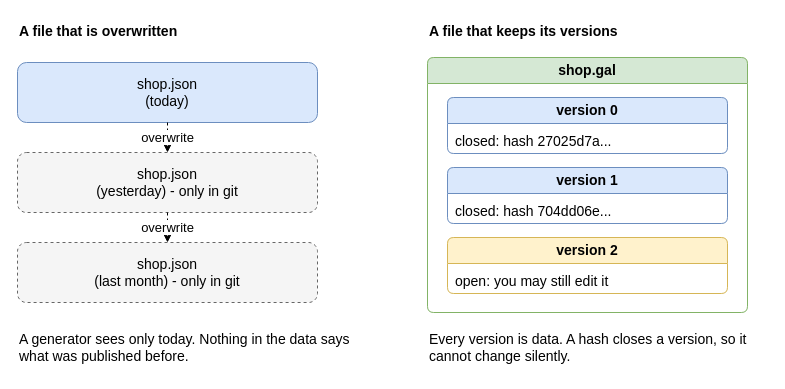
Before: drawio/02_history_in_data.drawio in goloveshin/galimatron_doc, a draw.io diagram. Source tidied: cells renumbered, new cells numbered last; positions are measured from the earlier drawing's top-left corner, leaving out a move shared by most shapes. Both pictures are drawn from the tidied source at 100%, with x=0, y=0 at pixel (17, 17).
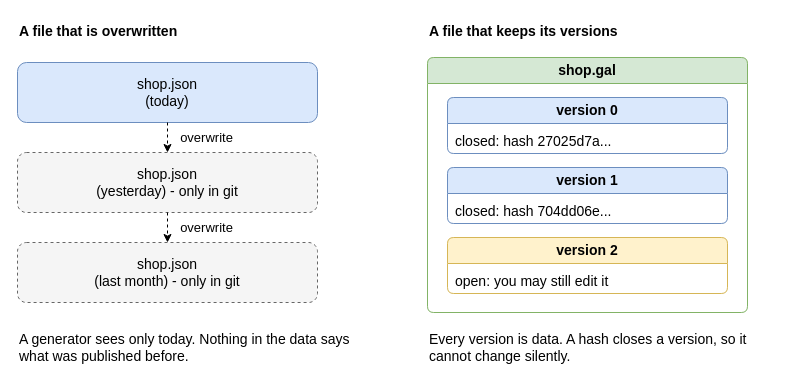
The same page after the edit.

Change to the diagram source:
```diff
@@
 <mxGraphModel>
   <root>
     <mxCell id="0" />
     <mxCell id="1" parent="0" />
     <mxCell id="2" value="A file that is overwritten" style="text;html=1;whiteSpace=wrap;verticalAlign=middle;align=left;fontStyle=1;fontSize=14;" parent="1" vertex="1">
       <mxGeometry width="340" height="28" as="geometry" />
     </mxCell>
     <mxCell id="3" value="shop.json&lt;br&gt;(today)" style="rounded=1;whiteSpace=wrap;html=1;fillColor=#dae8fc;strokeColor=#6c8ebf;fontSize=14;" parent="1" vertex="1">
       <mxGeometry y="45" width="300" height="60" as="geometry" />
     </mxCell>
     <mxCell id="4" value="shop.json&lt;br&gt;(yesterday)  - only in git" style="rounded=1;whiteSpace=wrap;html=1;fillColor=#f5f5f5;strokeColor=#666666;dashed=1;fontSize=14;" parent="1" vertex="1">
       <mxGeometry y="135" width="300" height="60" as="geometry" />
     </mxCell>
     <mxCell id="5" value="shop.json&lt;br&gt;(last month)  - only in git" style="rounded=1;whiteSpace=wrap;html=1;fillColor=#f5f5f5;strokeColor=#666666;dashed=1;fontSize=14;" parent="1" vertex="1">
       <mxGeometry y="225" width="300" height="60" as="geometry" />
     </mxCell>
-    <mxCell id="6" value="overwrite" style="endArrow=classic;html=1;labelBackgroundColor=#ffffff;edgeStyle=none;dashed=1;fontSize=13;" parent="1" edge="1" source="3" target="4">
-      <mxGeometry relative="1" as="geometry" />
+    <mxCell id="6" value="overwrite" style="endArrow=classic;html=1;edgeStyle=none;dashed=1;fontSize=13;" parent="1" edge="1" source="3" target="4">
+      <mxGeometry relative="1" as="geometry">
+        <mxPoint x="39" as="offset" />
+      </mxGeometry>
     </mxCell>
-    <mxCell id="7" value="overwrite" style="endArrow=classic;html=1;labelBackgroundColor=#ffffff;edgeStyle=none;dashed=1;fontSize=13;" parent="1" edge="1" source="4" target="5">
-      <mxGeometry relative="1" as="geometry" />
+    <mxCell id="7" value="overwrite" style="endArrow=classic;html=1;edgeStyle=none;dashed=1;fontSize=13;" parent="1" edge="1" source="4" target="5">
+      <mxGeometry relative="1" as="geometry">
+        <mxPoint x="39" as="offset" />
+      </mxGeometry>
     </mxCell>
     <mxCell id="8" value="A generator sees only today. Nothing in the data says what was published before." style="text;html=1;whiteSpace=wrap;verticalAlign=middle;align=left;fontSize=14;" parent="1" vertex="1">
       <mxGeometry y="305" width="340" height="50" as="geometry" />
     </mxCell>
     <mxCell id="9" value="A file that keeps its versions" style="text;html=1;whiteSpace=wrap;verticalAlign=middle;align=left;fontStyle=1;fontSize=14;" parent="1" vertex="1">
       <mxGeometry x="410" width="340" height="28" as="geometry" />
     </mxCell>
     <mxCell id="10" value="shop.gal" style="swimlane;whiteSpace=wrap;html=1;rounded=1;arcSize=8;startSize=26;fillColor=#d5e8d4;strokeColor=#82b366;swimlaneFillColor=#ffffff;fontStyle=1;fontSize=14;align=center;" parent="1" vertex="1">
       <mxGeometry x="410" y="40" width="320" height="255" as="geometry" />
     </mxCell>
     <mxCell id="11" value="version 0" style="swimlane;whiteSpace=wrap;html=1;rounded=1;arcSize=8;startSize=26;fillColor=#dae8fc;strokeColor=#6c8ebf;swimlaneFillColor=#ffffff;fontStyle=1;fontSize=14;align=center;" parent="10" vertex="1">
       <mxGeometry x="20" y="40" width="280" height="56" as="geometry" />
     </mxCell>
     <mxCell id="12" value="closed: hash 27025d7a..." style="text;html=1;whiteSpace=wrap;verticalAlign=top;align=left;fontSize=14;spacingLeft=6;spacingRight=4;spacingTop=3;" parent="11" vertex="1">
       <mxGeometry y="26" width="280" height="30" as="geometry" />
     </mxCell>
     <mxCell id="13" value="version 1" style="swimlane;whiteSpace=wrap;html=1;rounded=1;arcSize=8;startSize=26;fillColor=#dae8fc;strokeColor=#6c8ebf;swimlaneFillColor=#ffffff;fontStyle=1;fontSize=14;align=center;" parent="10" vertex="1">
       <mxGeometry x="20" y="110" width="280" height="56" as="geometry" />
     </mxCell>
     <mxCell id="14" value="closed: hash 704dd06e..." style="text;html=1;whiteSpace=wrap;verticalAlign=top;align=left;fontSize=14;spacingLeft=6;spacingRight=4;spacingTop=3;" parent="13" vertex="1">
       <mxGeometry y="26" width="280" height="30" as="geometry" />
     </mxCell>
     <mxCell id="15" value="version 2" style="swimlane;whiteSpace=wrap;html=1;rounded=1;arcSize=8;startSize=26;fillColor=#fff2cc;strokeColor=#d6b656;swimlaneFillColor=#ffffff;fontStyle=1;fontSize=14;align=center;" parent="10" vertex="1">
       <mxGeometry x="20" y="180" width="280" height="56" as="geometry" />
     </mxCell>
     <mxCell id="16" value="open: you may still edit it" style="text;html=1;whiteSpace=wrap;verticalAlign=top;align=left;fontSize=14;spacingLeft=6;spacingRight=4;spacingTop=3;" parent="15" vertex="1">
       <mxGeometry y="26" width="280" height="30" as="geometry" />
     </mxCell>
     <mxCell id="17" value="Every version is data. A hash closes a version, so it cannot change silently." style="text;html=1;whiteSpace=wrap;verticalAlign=middle;align=left;fontSize=14;" parent="1" vertex="1">
       <mxGeometry x="410" y="305" width="340" height="50" as="geometry" />
     </mxCell>
   </root>
 </mxGraphModel>
```
